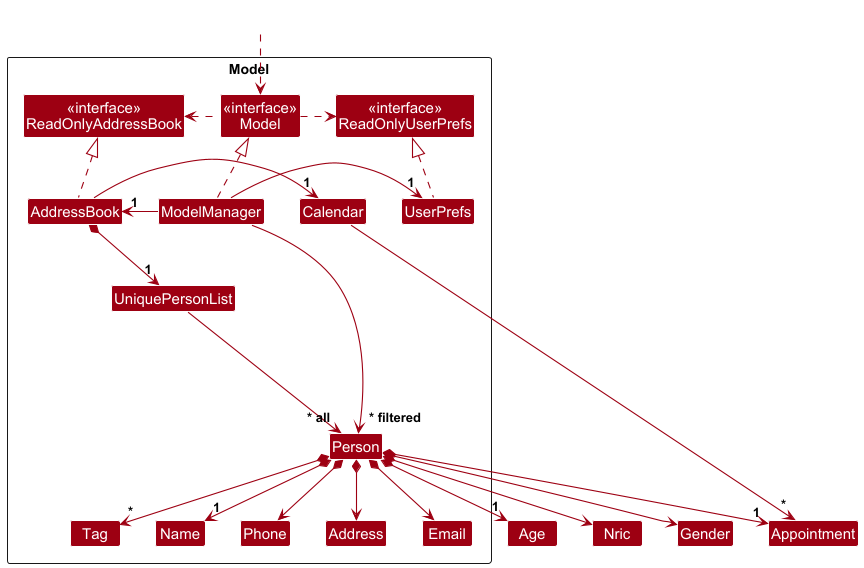
This is docs/images/ModelClassDiagram.png from nus-cs2103-AY2425S1/tp, a PlantUML export, as it was before one commit.
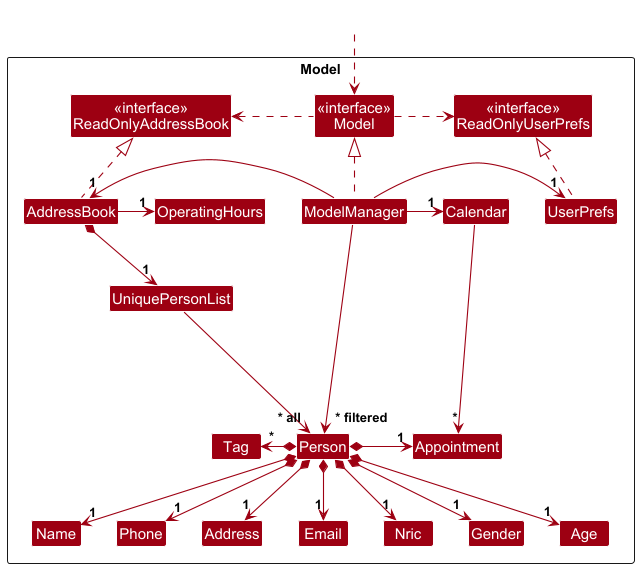
After the commit.

Change to the diagram source:
```diff
@@ -9,10 +9,14 @@
 Class "<<interface>>\nReadOnlyUserPrefs" as ReadOnlyUserPrefs
 Class "<<interface>>\nModel" as Model
 Class AddressBook
+Class Appointment
+Class Nric
+Class Gender
+Class Age
 Class Calendar
 Class ModelManager
 Class UserPrefs
-
+Class OperatingHours
 Class UniquePersonList
 Class Person
 Class Address
@@ -27,6 +31,7 @@
 Class HiddenOutside #FFFFFF
 HiddenOutside ..> Model
 
+AddressBook -r-> "1" OperatingHours
 AddressBook .up.|> ReadOnlyAddressBook
 
 ModelManager .up.|> Model
@@ -35,20 +40,20 @@
 ModelManager -left-> "1" AddressBook
 ModelManager -right-> "1" UserPrefs
 UserPrefs .up.|> ReadOnlyUserPrefs
-AddressBook -left-> "1" Calendar
+ModelManager -left-> "1" Calendar
 Calendar -down-> "*" Appointment
 
-AddressBook *--> "1" UniquePersonList
-UniquePersonList --> "~* all" Person
-Person *--> "1" Name
-Person *--> "1" Appointment
-Person *--> "1" Age
-Person *--> Nric
-Person *--> Gender
-Person *--> Phone
-Person *--> Email
-Person *--> Address
-Person *--> "*" Tag
+AddressBook *-down-> "1" UniquePersonList
+UniquePersonList -r-> "~* all" Person
+Person *-d-> "1" Name
+Person *-r-> "1" Appointment
+Person *-d-> "1" Age
+Person *-d-> "1" Nric
+Person *-d-> "1" Gender
+Person *-d-> "1" Phone
+Person *-d-> "1" Email
+Person *-d-> "1" Address
+Person *-l-> "*" Tag
 
 Person -[hidden]up--> I
 UniquePersonList -[hidden]right-> I
```
